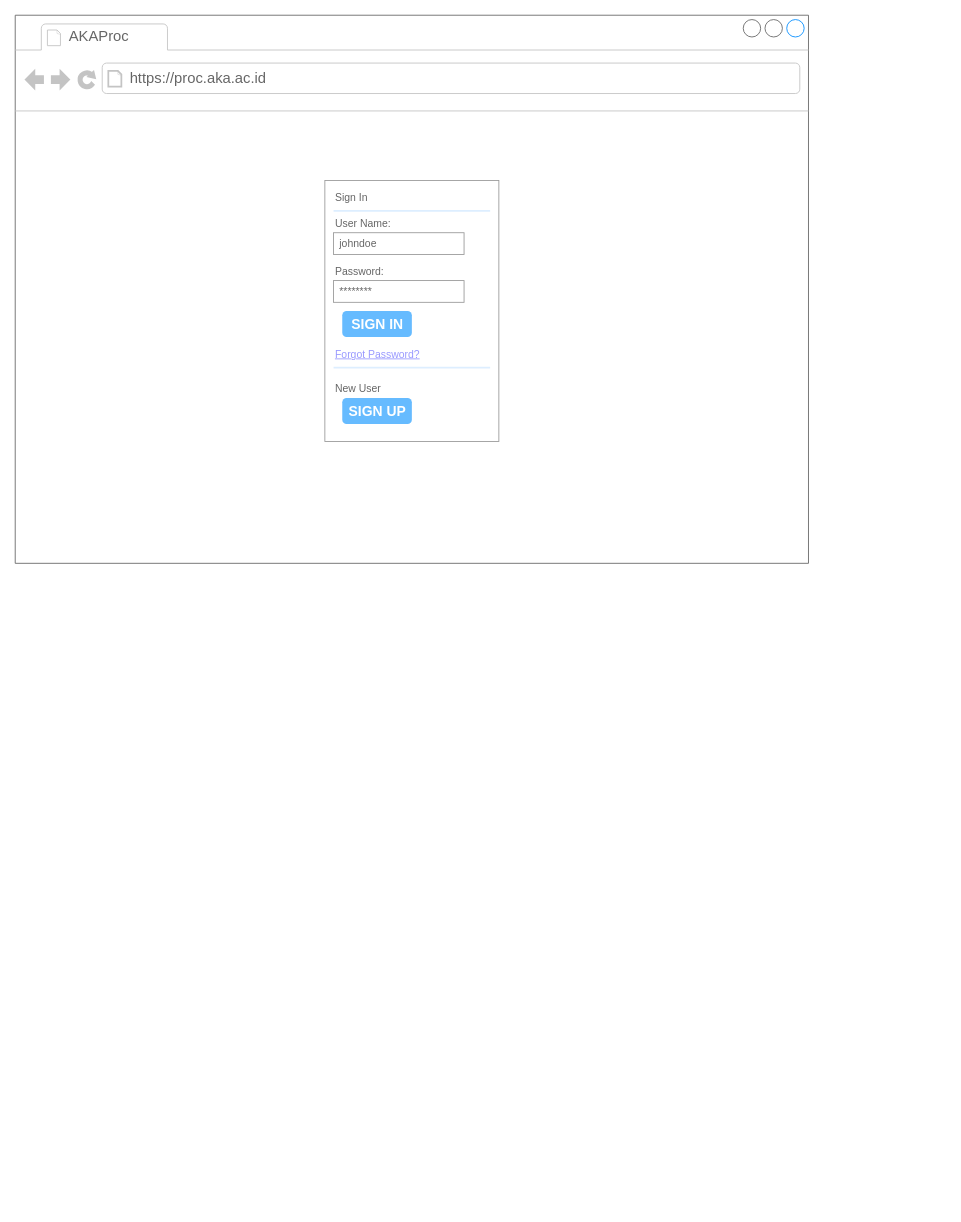
Before: 20210805 AKAProc MockUp.drawio in ardianozi18/berkibar, a draw.io diagram. Source tidied: cells renumbered, new cells numbered last; positions are measured from the earlier drawing's top-left corner, leaving out a move shared by most shapes. Both pictures are drawn from the tidied source at 87%, with x=0, y=0 at pixel (15, 15).
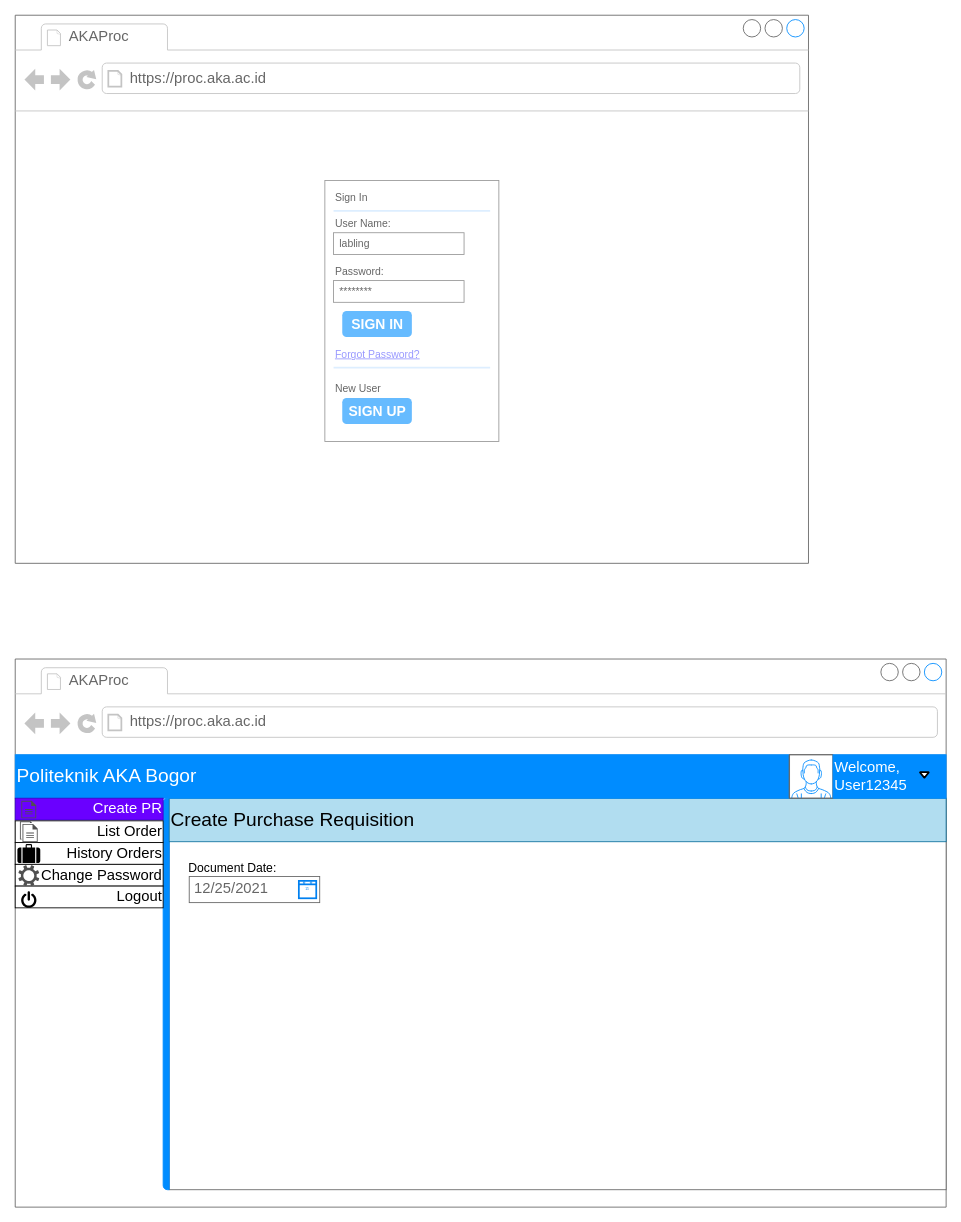
After the change.

Unchanged cells that the change refers to:
```xml
<mxCell id="5" style="strokeWidth=1;shadow=0;dashed=0;align=center;html=1;shape=mxgraph.mockup.forms.rrect;rSize=0;strokeColor=#999999;fillColor=#ffffff;" parent="2" vertex="1">
  <mxGeometry x="355.9" y="190" width="200" height="300" as="geometry" />
</mxCell>
```

Change to the diagram source:
```diff
@@
-    <mxCell id="9" value="johndoe" style="strokeWidth=1;shadow=0;dashed=0;align=center;html=1;shape=mxgraph.mockup.forms.rrect;rSize=0;strokeColor=#999999;fontColor=#666666;align=left;spacingLeft=5;" parent="5" vertex="1">
+    <mxCell id="9" value="labling" style="strokeWidth=1;shadow=0;dashed=0;align=center;html=1;shape=mxgraph.mockup.forms.rrect;rSize=0;strokeColor=#999999;fontColor=#666666;align=left;spacingLeft=5;" parent="5" vertex="1">
       <mxGeometry width="150" height="25" relative="1" as="geometry">
         <mxPoint x="10" y="60" as="offset" />
       </mxGeometry>
     </mxCell>
@@
+    <mxCell id="17" style="strokeWidth=1;shadow=0;dashed=0;align=center;html=1;shape=mxgraph.mockup.containers.browserWindow;rSize=0;strokeColor=#666666;strokeColor2=#008cff;strokeColor3=#c4c4c4;mainText=,;" parent="1" vertex="1">
+      <mxGeometry y="740" width="1070" height="630" as="geometry" />
+    </mxCell>
+    <mxCell id="18" value="AKAProc" style="strokeWidth=1;shadow=0;dashed=0;align=center;html=1;shape=mxgraph.mockup.containers.anchor;fontSize=17;fontColor=#666666;align=left;" parent="17" vertex="1">
+      <mxGeometry x="60" y="12" width="110" height="26" as="geometry" />
+    </mxCell>
+    <mxCell id="19" value="https://proc.aka.ac.id" style="strokeWidth=1;shadow=0;dashed=0;align=center;html=1;shape=mxgraph.mockup.containers.anchor;rSize=0;fontSize=17;fontColor=#666666;align=left;" parent="17" vertex="1">
+      <mxGeometry x="130" y="60" width="250" height="26" as="geometry" />
+    </mxCell>
+    <mxCell id="20" style="strokeWidth=1;shadow=0;dashed=0;align=center;html=1;shape=mxgraph.mockup.containers.marginRect2;rectMarginLeft=67;strokeColor=#666666;gradientColor=none;" parent="17" vertex="1">
+      <mxGeometry x="110" y="160" width="960" height="450" as="geometry" />
+    </mxCell>
+    <mxCell id="21" style="strokeWidth=1;shadow=0;dashed=0;align=center;html=1;shape=mxgraph.mockup.containers.leftButton;rSize=5;strokeColor=#008cff;fillColor=#008cff;" parent="20" vertex="1">
+      <mxGeometry width="7" height="450" relative="1" as="geometry">
+        <mxPoint x="60" as="offset" />
+      </mxGeometry>
+    </mxCell>
+    <mxCell id="22" value="&lt;font style=&quot;font-size: 22px&quot;&gt;Create Purchase Requisition&lt;/font&gt;" style="strokeWidth=1;shadow=0;dashed=0;align=left;html=1;shape=mxgraph.mockup.containers.rrect;rSize=0;fontSize=17;fillColor=#b1ddf0;strokeColor=#10739e;" parent="20" vertex="1">
+      <mxGeometry x="67" width="893" height="50" as="geometry" />
+    </mxCell>
+    <mxCell id="23" value="12/25/2021" style="strokeWidth=1;shadow=0;dashed=0;align=center;html=1;shape=mxgraph.mockup.text.textBox;fontColor=#666666;align=left;fontSize=17;spacingLeft=4;spacingTop=-3;strokeColor=#666666;mainText=;" parent="20" vertex="1">
+      <mxGeometry x="90" y="90" width="150" height="30" as="geometry" />
+    </mxCell>
+    <mxCell id="24" value="Document Date:" style="text;html=1;strokeColor=none;fillColor=none;align=center;verticalAlign=middle;whiteSpace=wrap;rounded=0;fontSize=14;" parent="20" vertex="1">
+      <mxGeometry x="80" y="70" width="120" height="20" as="geometry" />
+    </mxCell>
+    <mxCell id="25" value="&lt;font style=&quot;font-size: 22px&quot;&gt;Politeknik AKA Bogor&lt;/font&gt;" style="strokeWidth=1;shadow=0;dashed=0;align=left;html=1;shape=mxgraph.mockup.containers.rrect;rSize=0;fontSize=17;fontColor=#ffffff;strokeColor=#008cff;fillColor=#008cff;" parent="17" vertex="1">
+      <mxGeometry y="110" width="890" height="50" as="geometry" />
+    </mxCell>
+    <mxCell id="26" style="verticalLabelPosition=bottom;shadow=0;dashed=0;align=center;html=1;verticalAlign=top;strokeWidth=1;shape=mxgraph.mockup.containers.userMale;strokeColor=#666666;strokeColor2=#008cff;" parent="17" vertex="1">
+      <mxGeometry x="890" y="110" width="50" height="50" as="geometry" />
+    </mxCell>
+    <mxCell id="27" value="Welcome,&lt;br&gt;User12345" style="strokeWidth=1;shadow=0;dashed=0;align=left;html=1;shape=mxgraph.mockup.containers.rrect;rSize=0;fontSize=17;fontColor=#ffffff;strokeColor=#008cff;fillColor=#008cff;" parent="17" vertex="1">
+      <mxGeometry x="940" y="110" width="130" height="50" as="geometry" />
+    </mxCell>
+    <mxCell id="28" value="Create PR" style="strokeWidth=1;shadow=0;dashed=0;align=right;html=1;shape=mxgraph.mockup.containers.rrect;rSize=0;fontSize=17;fillColor=#6a00ff;strokeColor=#3700CC;fontColor=#ffffff;" parent="17" vertex="1">
+      <mxGeometry width="170" height="25" relative="1" as="geometry">
+        <mxPoint y="160" as="offset" />
+      </mxGeometry>
+    </mxCell>
+    <mxCell id="29" value="List Order" style="strokeWidth=1;shadow=0;dashed=0;align=right;html=1;shape=mxgraph.mockup.containers.rrect;rSize=0;fontSize=17;" parent="17" vertex="1">
+      <mxGeometry y="186" width="170" height="25" as="geometry" />
+    </mxCell>
+    <mxCell id="30" value="History Orders" style="strokeWidth=1;shadow=0;dashed=0;align=right;html=1;shape=mxgraph.mockup.containers.rrect;rSize=0;fontSize=17;" parent="17" vertex="1">
+      <mxGeometry y="211" width="170" height="25" as="geometry" />
+    </mxCell>
+    <mxCell id="31" value="Change Password" style="strokeWidth=1;shadow=0;dashed=0;align=right;html=1;shape=mxgraph.mockup.containers.rrect;rSize=0;fontSize=17;" parent="17" vertex="1">
+      <mxGeometry y="236" width="170" height="25" as="geometry" />
+    </mxCell>
+    <mxCell id="32" value="Logout" style="strokeWidth=1;shadow=0;dashed=0;align=right;html=1;shape=mxgraph.mockup.containers.rrect;rSize=0;fontSize=17;" parent="17" vertex="1">
+      <mxGeometry y="261" width="170" height="25" as="geometry" />
+    </mxCell>
+    <mxCell id="33" style="shape=mxgraph.signs.tech.power;html=1;fillColor=#000000;strokeColor=none;verticalLabelPosition=bottom;verticalAlign=top;align=center;" parent="17" vertex="1">
+      <mxGeometry x="6.8" y="267" width="17.6" height="19" as="geometry" />
+    </mxCell>
+    <mxCell id="34" style="shape=mxgraph.signs.travel.baggage;html=1;fillColor=#000000;strokeColor=none;verticalLabelPosition=bottom;verticalAlign=top;align=center;" parent="17" vertex="1">
+      <mxGeometry x="2.5" y="212.5" width="26.3" height="22" as="geometry" />
+    </mxCell>
+    <mxCell id="35" style="shadow=0;dashed=0;html=1;strokeColor=none;fillColor=#505050;labelPosition=center;verticalLabelPosition=bottom;verticalAlign=top;align=center;shape=mxgraph.office.concepts.settings;" parent="17" vertex="1">
+      <mxGeometry x="3.6" y="237" width="24" height="24" as="geometry" />
+    </mxCell>
+    <mxCell id="36" style="shadow=0;dashed=0;html=1;strokeColor=none;fillColor=#505050;labelPosition=center;verticalLabelPosition=bottom;verticalAlign=top;align=center;shape=mxgraph.office.concepts.documents;" parent="17" vertex="1">
+      <mxGeometry x="5.4" y="186.5" width="20.4" height="24" as="geometry" />
+    </mxCell>
+    <mxCell id="37" style="shadow=0;dashed=0;html=1;strokeColor=none;fillColor=#505050;labelPosition=center;verticalLabelPosition=bottom;verticalAlign=top;align=center;shape=mxgraph.office.concepts.document;" parent="17" vertex="1">
+      <mxGeometry x="7.1" y="163" width="17" height="20" as="geometry" />
+    </mxCell>
+    <mxCell id="38" style="strokeWidth=2;html=1;shape=mxgraph.flowchart.merge_or_storage;whiteSpace=wrap;" parent="1" vertex="1">
+      <mxGeometry x="1040" y="870" width="10" height="6.3" as="geometry" />
+    </mxCell>
+    <mxCell id="39" style="html=1;verticalLabelPosition=bottom;align=center;labelBackgroundColor=#ffffff;verticalAlign=top;strokeWidth=2;strokeColor=#0080F0;shadow=0;dashed=0;shape=mxgraph.ios7.icons.calendar;" parent="1" vertex="1">
+      <mxGeometry x="326" y="995" width="20" height="20" as="geometry" />
+    </mxCell>
```
